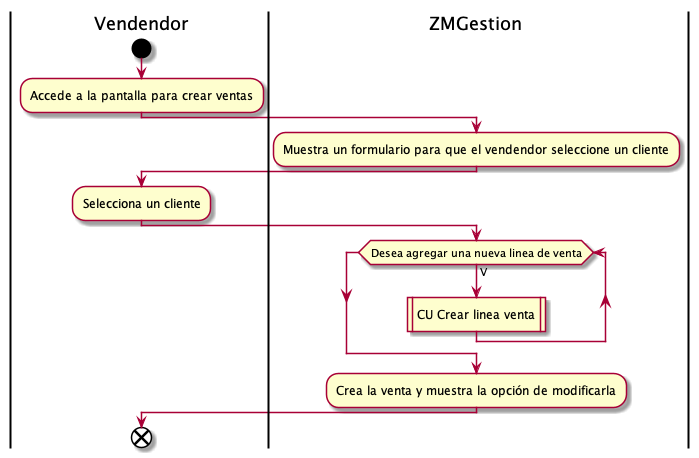
This is Informe Final/Imagenes/DiagramasActividad/DiagramaDeActividad/crearVenta.png from ZMGestion/DocumentacionZMGestion, a PlantUML export, as it was before one commit.
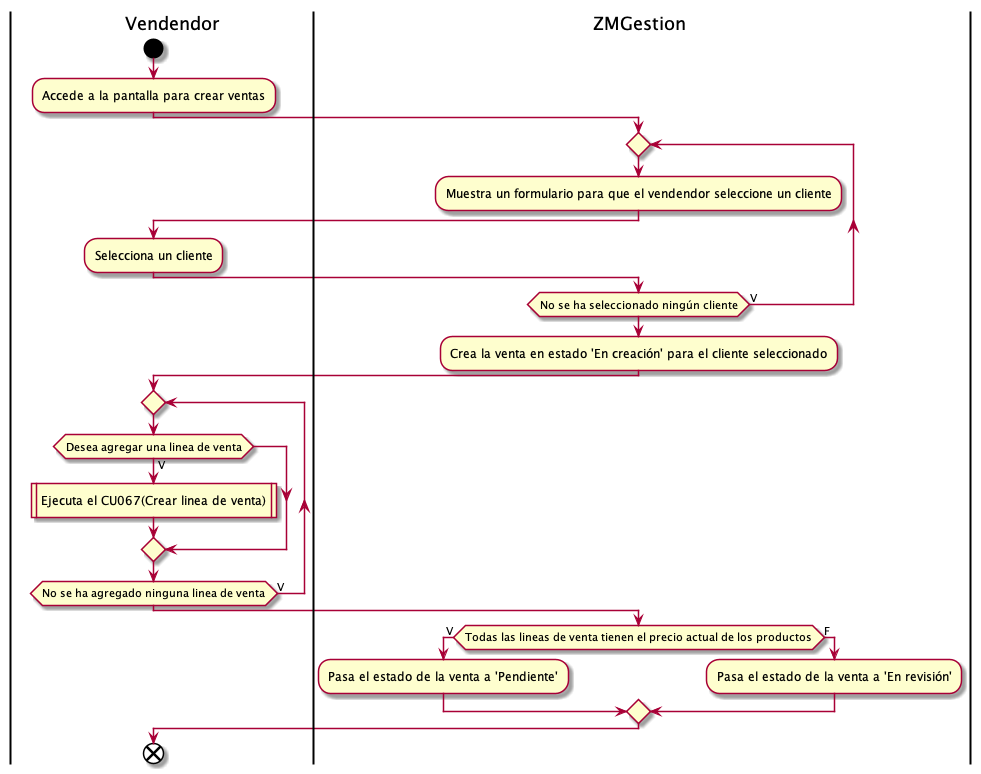
Above is the later version.

What changed in the source:
```diff
@@ -3,14 +3,26 @@
 start
 :Accede a la pantalla para crear ventas;
 |ZMGestion|
+repeat
 :Muestra un formulario para que el vendendor seleccione un cliente;
 |Vendendor|
 :Selecciona un cliente;
 |ZMGestion|
-while(Desea agregar una nueva linea de venta) is (V)
-:CU Crear linea venta|
-end while
-:Crea la venta y muestra la opción de modificarla;
+repeat while(No se ha seleccionado ningún cliente) is (V)
+:Crea la venta en estado 'En creación' para el cliente seleccionado;
+|Vendendor|
+repeat
+if(Desea agregar una linea de venta) then (V)
+:Ejecuta el CU067(Crear linea de venta)|
+else
+endif
+repeat while(No se ha agregado ninguna linea de venta) is (V)
+|ZMGestion|
+if(Todas las lineas de venta tienen el precio actual de los productos) then (V)
+:Pasa el estado de la venta a 'Pendiente';
+else (F)
+:Pasa el estado de la venta a 'En revisión';
+endif
 |Vendendor|
 end
 @enduml
```
